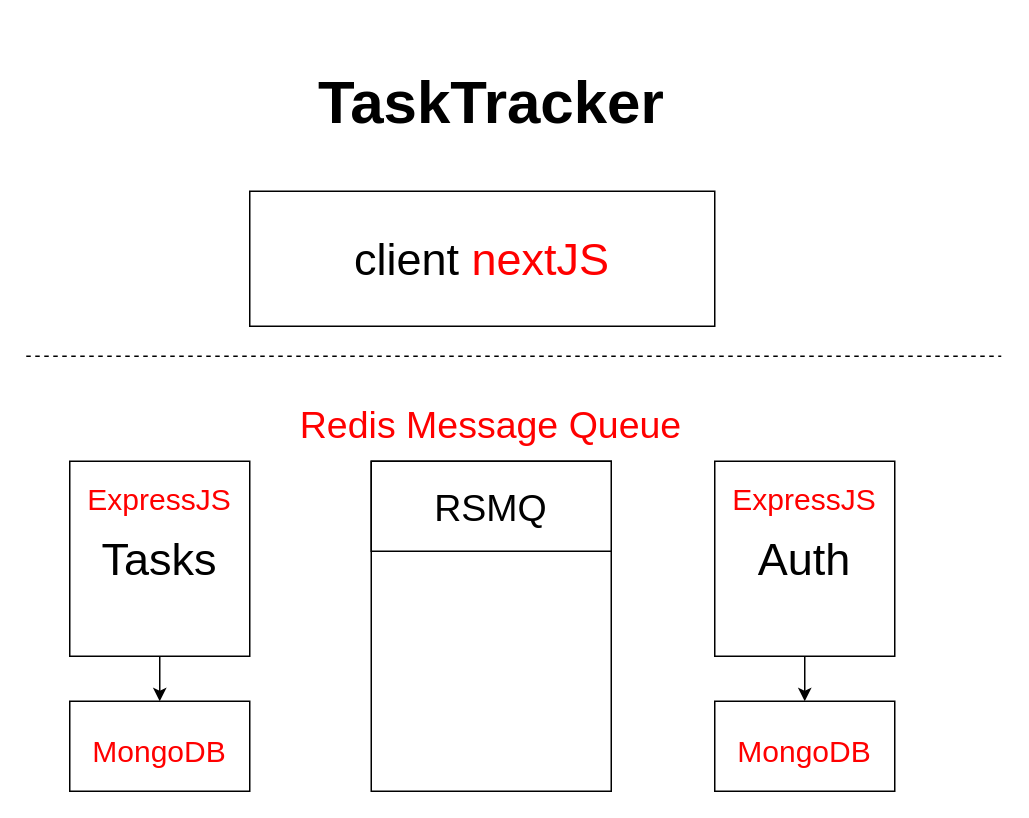
fan0223/TaskTracker keeps this draw.io diagram as Untitled Diagram.drawio. Above is the earlier version. Source tidied: cells renumbered, new cells numbered last; positions are measured from the earlier drawing's top-left corner, leaving out a move shared by most shapes. Both pictures are drawn from the tidied source at 150%, with x=0, y=0 at pixel (26, 40).
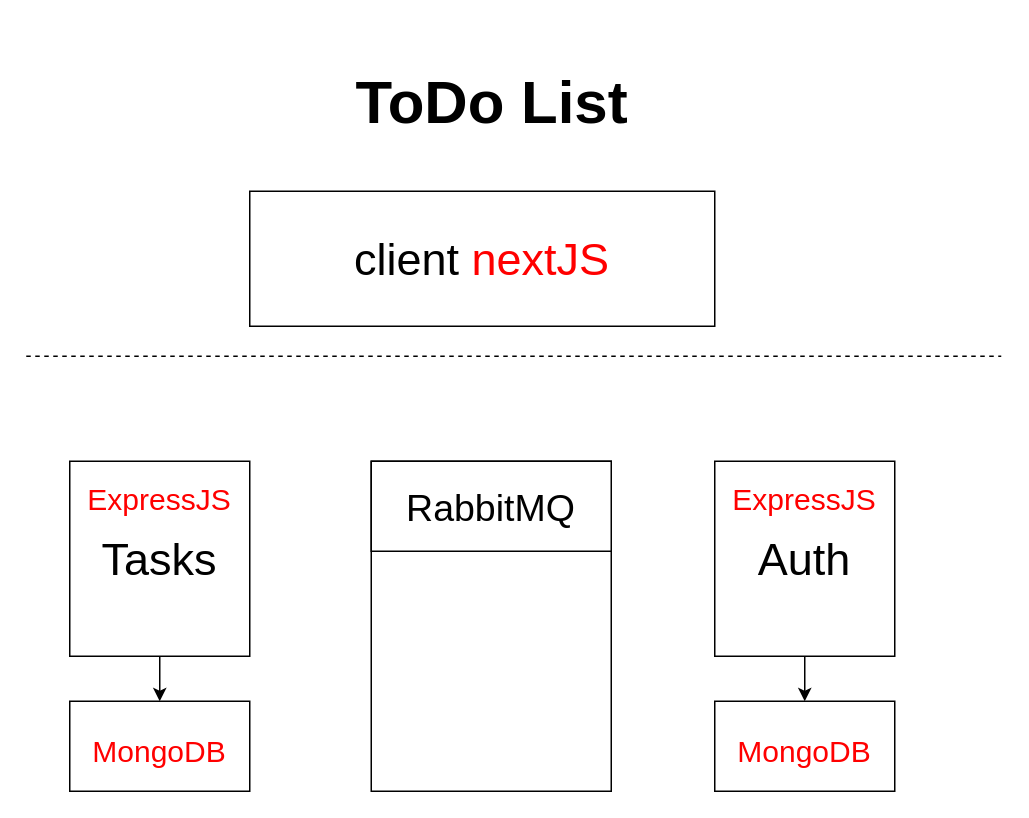
Above is the later version.

What changed in the source:
```diff
@@
 <mxGraphModel>
   <root>
     <mxCell id="0" />
     <mxCell id="1" parent="0" />
     <mxCell id="2" value="&lt;span style=&quot;font-size: 30px;&quot;&gt;client &lt;font color=&quot;#ff0000&quot;&gt;nextJS&lt;/font&gt;&lt;br&gt;&lt;/span&gt;" style="rounded=0;whiteSpace=wrap;html=1;" parent="1" vertex="1">
       <mxGeometry x="149" y="100" width="310" height="90" as="geometry" />
     </mxCell>
     <mxCell id="3" style="edgeStyle=orthogonalEdgeStyle;rounded=0;jettySize=auto;html=1;entryX=0.5;entryY=0;entryDx=0;entryDy=0;" parent="1" edge="1" source="4" target="5">
       <mxGeometry relative="1" as="geometry" />
     </mxCell>
     <mxCell id="4" value="Tasks&lt;br style=&quot;font-size: 15px;&quot;&gt;" style="rounded=0;whiteSpace=wrap;html=1;fontSize=30;" parent="1" vertex="1">
       <mxGeometry x="29" y="280" width="120" height="130" as="geometry" />
     </mxCell>
     <mxCell id="5" value="&lt;font color=&quot;#ff0000&quot; style=&quot;font-size: 20px;&quot;&gt;MongoDB&lt;/font&gt;" style="rounded=0;whiteSpace=wrap;html=1;fontSize=30;" parent="1" vertex="1">
       <mxGeometry x="29" y="440" width="120" height="60" as="geometry" />
     </mxCell>
     <mxCell id="6" style="rounded=0;whiteSpace=wrap;html=1;fontSize=25;" parent="1" vertex="1">
       <mxGeometry x="230" y="280" width="160" height="220" as="geometry" />
     </mxCell>
-    <mxCell id="7" value="RSMQ" style="rounded=0;whiteSpace=wrap;html=1;fontSize=25;" parent="1" vertex="1">
+    <mxCell id="7" value="RabbitMQ" style="rounded=0;whiteSpace=wrap;html=1;fontSize=25;" parent="1" vertex="1">
       <mxGeometry x="230" y="280" width="160" height="60" as="geometry" />
     </mxCell>
-    <mxCell id="8" value="&lt;font color=&quot;#ff0000&quot;&gt;Redis Message Queue&lt;/font&gt;" style="text;html=1;strokeColor=none;fillColor=none;align=center;verticalAlign=middle;whiteSpace=wrap;rounded=0;fontSize=25;" parent="1" vertex="1">
-      <mxGeometry x="180" y="240" width="260" height="30" as="geometry" />
-    </mxCell>
     <mxCell id="9" style="edgeStyle=orthogonalEdgeStyle;rounded=0;jettySize=auto;html=1;entryX=0.5;entryY=0;entryDx=0;entryDy=0;" parent="1" edge="1" source="10" target="11">
       <mxGeometry relative="1" as="geometry" />
     </mxCell>
     <mxCell id="10" value="Auth" style="rounded=0;whiteSpace=wrap;html=1;fontSize=30;" parent="1" vertex="1">
       <mxGeometry x="459" y="280" width="120" height="130" as="geometry" />
     </mxCell>
     <mxCell id="11" value="&lt;span style=&quot;color: rgb(255, 0, 0); font-size: 20px;&quot;&gt;MongoDB&lt;/span&gt;" style="rounded=0;whiteSpace=wrap;html=1;fontSize=30;" parent="1" vertex="1">
       <mxGeometry x="459" y="440" width="120" height="60" as="geometry" />
     </mxCell>
     <mxCell id="12" style="endArrow=none;dashed=1;html=1;rounded=0;fontSize=20;fontColor=#FF0000;" parent="1" edge="1">
       <mxGeometry relative="1" as="geometry">
         <mxPoint y="210" as="sourcePoint" />
         <mxPoint x="650" y="210" as="targetPoint" />
       </mxGeometry>
     </mxCell>
-    <mxCell id="13" value="&lt;h1&gt;&lt;font color=&quot;#000000&quot;&gt;TaskTracker&lt;/font&gt;&lt;/h1&gt;" style="text;html=1;strokeColor=none;fillColor=none;spacing=5;spacingTop=-20;whiteSpace=wrap;overflow=hidden;rounded=0;fontSize=20;fontColor=#FF0000;" parent="1" vertex="1">
-      <mxGeometry x="190" width="240" height="80" as="geometry" />
+    <mxCell id="13" value="&lt;h1&gt;&lt;font color=&quot;#000000&quot;&gt;ToDo List&lt;/font&gt;&lt;/h1&gt;" style="text;html=1;strokeColor=none;fillColor=none;spacing=5;spacingTop=-20;whiteSpace=wrap;overflow=hidden;rounded=0;fontSize=20;fontColor=#FF0000;" parent="1" vertex="1">
+      <mxGeometry x="215" width="190" height="80" as="geometry" />
     </mxCell>
     <mxCell id="14" value="ExpressJS" style="text;html=1;strokeColor=none;fillColor=none;align=center;verticalAlign=middle;whiteSpace=wrap;rounded=0;fontSize=20;fontColor=#FF0000;" parent="1" vertex="1">
       <mxGeometry x="39" y="290" width="100" height="30" as="geometry" />
     </mxCell>
     <mxCell id="15" value="ExpressJS" style="text;html=1;strokeColor=none;fillColor=none;align=center;verticalAlign=middle;whiteSpace=wrap;rounded=0;fontSize=20;fontColor=#FF0000;" parent="1" vertex="1">
       <mxGeometry x="469" y="290" width="100" height="30" as="geometry" />
     </mxCell>
   </root>
 </mxGraphModel>
```
